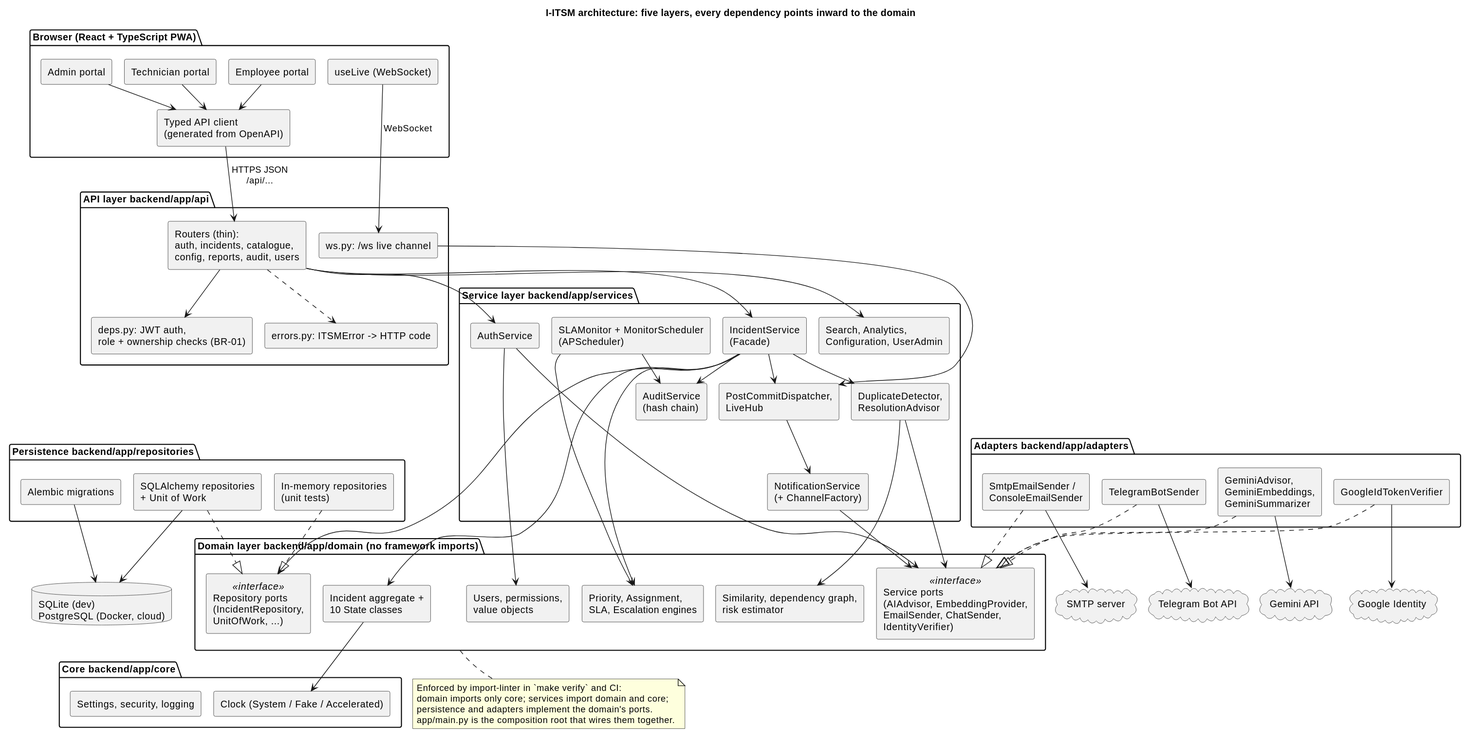
The PlantUML diagram docs/diagrams/architecture.svg in Siddhant944/i-itsm, before a commit. Source of this version:
```plantuml
@startuml
!pragma layout smetana
skinparam shadowing false
skinparam defaultFontName Helvetica
skinparam componentStyle rectangle
title I-ITSM architecture: five layers, every dependency points inward to the domain

package "Browser (React + TypeScript PWA)" as FE {
  [Employee portal] as EP
  [Technician portal] as TP
  [Admin portal] as AP
  [Typed API client\n(generated from OpenAPI)] as CLIENT
  [useLive (WebSocket)] as LIVE_C
}

package "API layer  backend/app/api" as API {
  [Routers (thin):\nauth, incidents, catalogue,\nconfig, reports, audit, users] as ROUTERS
  [deps.py: JWT auth,\nrole + ownership checks (BR-01)] as DEPS
  [errors.py: ITSMError -> HTTP code] as ERR
  [ws.py: /ws live channel] as WS
}

package "Service layer  backend/app/services" as SVC {
  [IncidentService\n(Facade)] as FACADE
  [AuthService] as AUTH
  [SLAMonitor + MonitorScheduler\n(APScheduler)] as MON
  [NotificationService\n(+ ChannelFactory)] as NOTIF
  [AuditService\n(hash chain)] as AUDIT
  [DuplicateDetector,\nResolutionAdvisor] as AI
  [Search, Analytics,\nConfiguration, UserAdmin] as OPS
  [PostCommitDispatcher,\nLiveHub] as DISP
}

package "Domain layer  backend/app/domain  (no framework imports)" as DOM {
  [Incident aggregate +\n10 State classes] as INC
  [Priority, Assignment,\nSLA, Escalation engines] as ENG
  [Users, permissions,\nvalue objects] as USERS
  [Similarity, dependency graph,\nrisk estimator] as INTEL
  [Repository ports\n(IncidentRepository,\nUnitOfWork, ...)] <<interface>> as REPO_PORT
  [Service ports\n(AIAdvisor, EmbeddingProvider,\nEmailSender, ChatSender,\nIdentityVerifier)] <<interface>> as SVC_PORT
}

package "Core  backend/app/core" as CORE {
  [Clock (System / Fake / Accelerated)] as CLOCK
  [Settings, security, logging] as CONF
}

package "Persistence  backend/app/repositories" as PERS {
  [SQLAlchemy repositories\n+ Unit of Work] as SQLREPO
  [In-memory repositories\n(unit tests)] as MEMREPO
  [Alembic migrations] as ALEMBIC
}

package "Adapters  backend/app/adapters" as ADP {
  [GeminiAdvisor,\nGeminiEmbeddings,\nGeminiSummarizer] as GEMA
  [SmtpEmailSender /\nConsoleEmailSender] as SMTPA
  [TelegramBotSender] as TGA
  [GoogleIdTokenVerifier] as GOOA
}

database "SQLite (dev)\nPostgreSQL (Docker, cloud)" as DB
cloud "Gemini API" as GEMINI
cloud "SMTP server" as SMTP
cloud "Telegram Bot API" as TELEGRAM
cloud "Google Identity" as GOOGLE

EP --> CLIENT
TP --> CLIENT
AP --> CLIENT
CLIENT --> ROUTERS : HTTPS JSON\n/api/...
LIVE_C --> WS : WebSocket

ROUTERS --> DEPS
ROUTERS --> FACADE
ROUTERS --> AUTH
ROUTERS --> OPS
ROUTERS ..> ERR
WS --> DISP

FACADE --> INC
FACADE --> ENG
FACADE --> AUDIT
FACADE --> AI
FACADE --> DISP
MON --> ENG
MON --> AUDIT
DISP --> NOTIF
AUTH --> USERS
AI --> INTEL

INC --> CLOCK
FACADE --> REPO_PORT
NOTIF --> SVC_PORT
AI --> SVC_PORT
AUTH --> SVC_PORT

SQLREPO ..|> REPO_PORT
MEMREPO ..|> REPO_PORT
GEMA ..|> SVC_PORT
SMTPA ..|> SVC_PORT
TGA ..|> SVC_PORT
GOOA ..|> SVC_PORT

SQLREPO --> DB
ALEMBIC --> DB
GEMA --> GEMINI
SMTPA --> SMTP
TGA --> TELEGRAM
GOOA --> GOOGLE

note bottom of DOM
  Enforced by import-linter in `make verify` and CI:
  domain imports only core; services import domain and core;
  persistence and adapters implement the domain's ports.
  app/main.py is the composition root that wires them together.
end note
@enduml
```
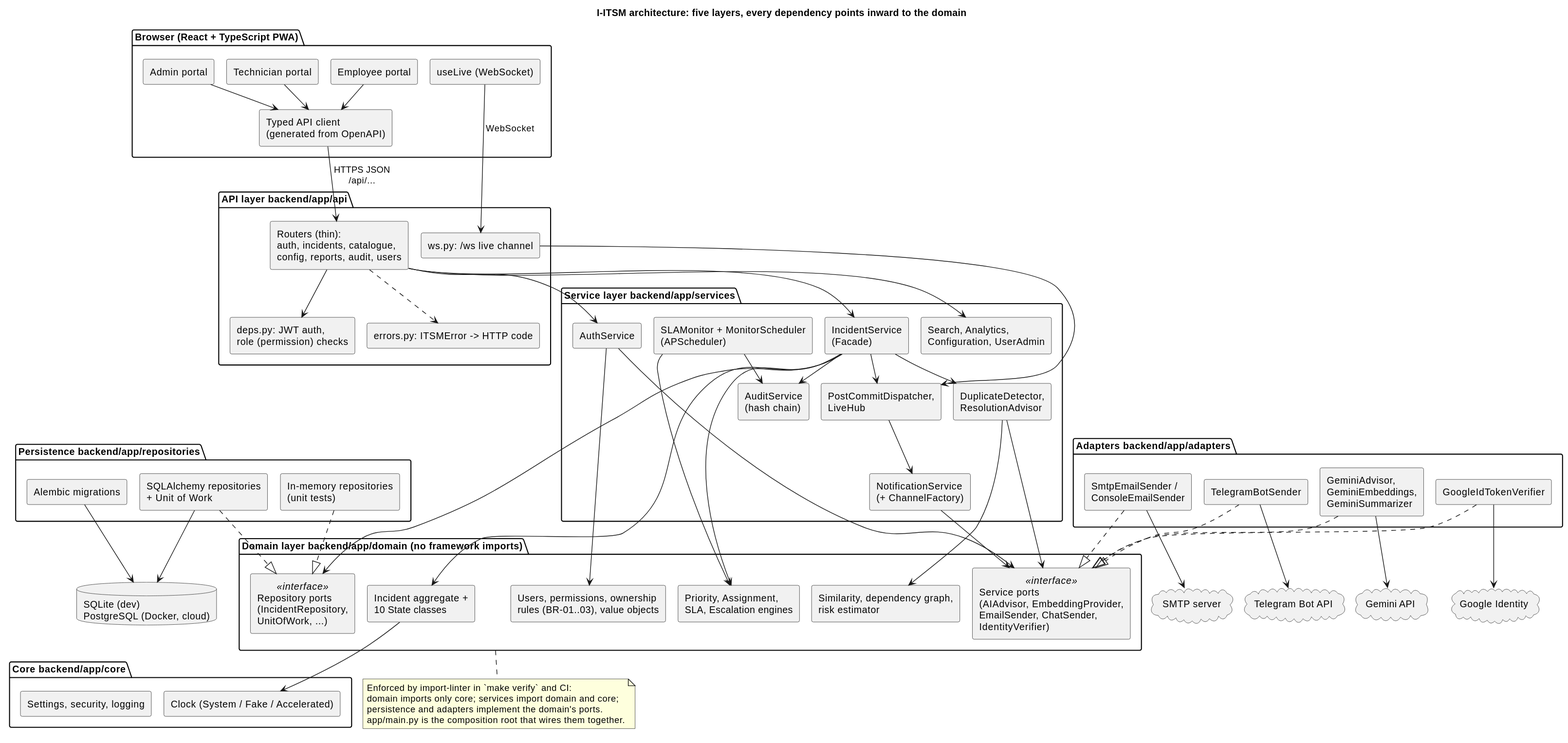
The same file after the commit.

The edit, as a diff of the source:
```diff
@@ -15,7 +15,7 @@
 
 package "API layer  backend/app/api" as API {
   [Routers (thin):\nauth, incidents, catalogue,\nconfig, reports, audit, users] as ROUTERS
-  [deps.py: JWT auth,\nrole + ownership checks (BR-01)] as DEPS
+  [deps.py: JWT auth,\nrole (permission) checks] as DEPS
   [errors.py: ITSMError -> HTTP code] as ERR
   [ws.py: /ws live channel] as WS
 }
@@ -34,7 +34,7 @@
 package "Domain layer  backend/app/domain  (no framework imports)" as DOM {
   [Incident aggregate +\n10 State classes] as INC
   [Priority, Assignment,\nSLA, Escalation engines] as ENG
-  [Users, permissions,\nvalue objects] as USERS
+  [Users, permissions, ownership\nrules (BR-01..03), value objects] as USERS
   [Similarity, dependency graph,\nrisk estimator] as INTEL
   [Repository ports\n(IncidentRepository,\nUnitOfWork, ...)] <<interface>> as REPO_PORT
   [Service ports\n(AIAdvisor, EmbeddingProvider,\nEmailSender, ChatSender,\nIdentityVerifier)] <<interface>> as SVC_PORT
```
